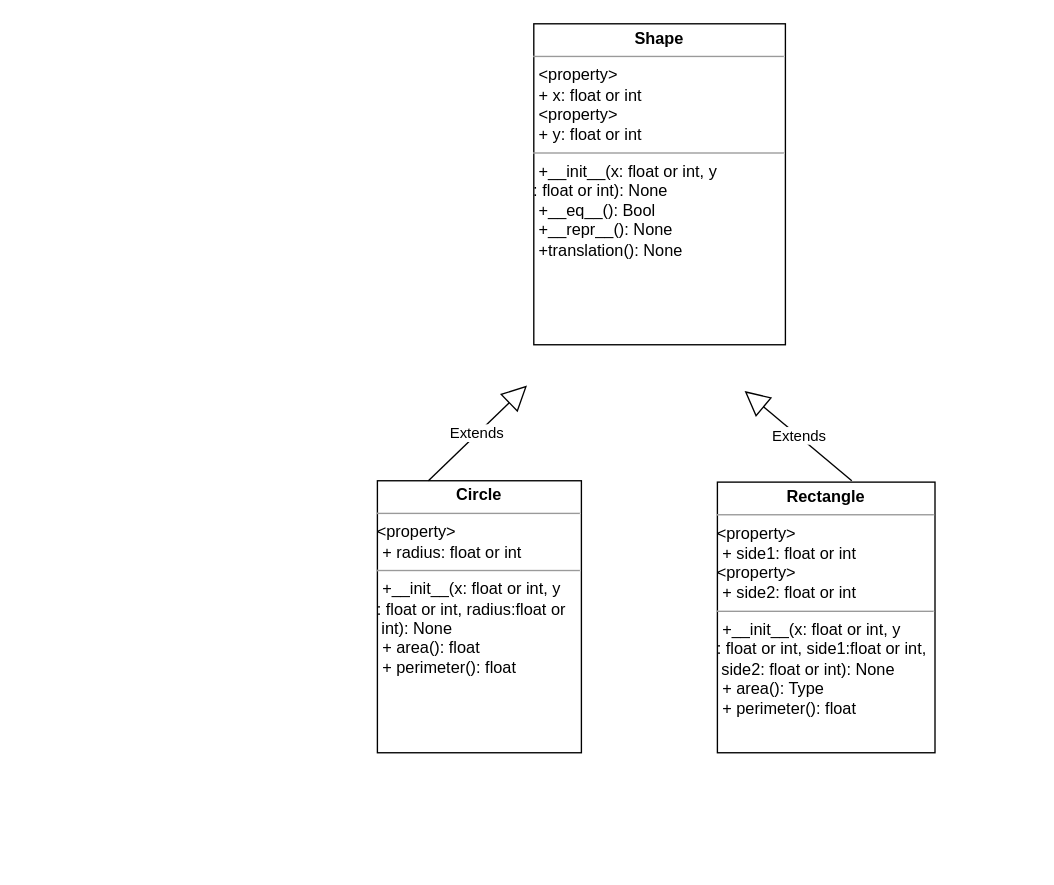
Earlier version of the draw.io diagram Labs/Lab3.geometry-OOP/geometry-OOP-UML.drawio (yuna-liu/python-programming-Yuna-Liu). Source tidied: cells renumbered, new cells numbered last; positions are measured from the earlier drawing's top-left corner, leaving out a move shared by most shapes. Both pictures are drawn from the tidied source at 136%, with x=0, y=0 at pixel (377, 23).
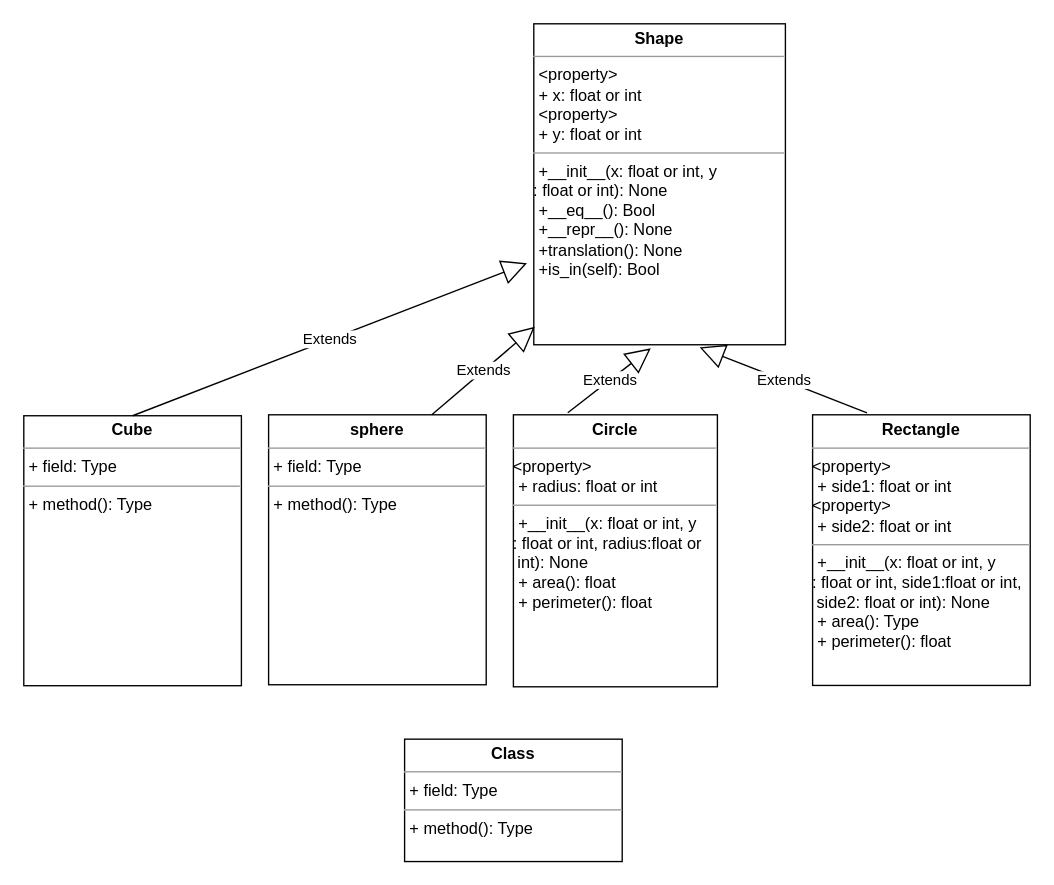
After the change.

Commit message (it also covers changes not shown here):
start create class shape

Change to the diagram source:
```diff
@@
 <mxGraphModel>
   <root>
     <mxCell id="0" />
     <mxCell id="1" parent="0" />
     <mxCell id="2" value="&lt;p style=&quot;margin: 0px ; margin-top: 4px ; text-align: center&quot;&gt;&lt;b&gt;Circle&lt;/b&gt;&lt;/p&gt;&lt;hr size=&quot;1&quot;&gt;&amp;lt;property&amp;gt;&lt;p style=&quot;margin: 0px ; margin-left: 4px&quot;&gt;&lt;span&gt;+ radius: float or int&lt;/span&gt;&lt;br&gt;&lt;/p&gt;&lt;hr size=&quot;1&quot;&gt;&lt;p style=&quot;margin: 0px 0px 0px 4px&quot;&gt;+__init__(x: float or int, y&lt;/p&gt;: float or int, radius:float or&lt;br&gt;&amp;nbsp;int): None&lt;br&gt;&lt;p style=&quot;margin: 0px ; margin-left: 4px&quot;&gt;+ area(): float&lt;/p&gt;&lt;p style=&quot;margin: 0px ; margin-left: 4px&quot;&gt;+ perimeter(): float&lt;/p&gt;" style="verticalAlign=top;align=left;overflow=fill;fontSize=12;fontFamily=Helvetica;html=1;" parent="1" vertex="1">
-      <mxGeometry y="336" width="150" height="200" as="geometry" />
+      <mxGeometry x="100" y="287.5" width="150" height="200" as="geometry" />
     </mxCell>
-    <mxCell id="3" value="&lt;p style=&quot;margin: 0px ; margin-top: 4px ; text-align: center&quot;&gt;&lt;b&gt;Shape&lt;/b&gt;&lt;/p&gt;&lt;hr size=&quot;1&quot;&gt;&lt;p style=&quot;margin: 0px 0px 0px 4px&quot;&gt;&amp;lt;property&amp;gt;&lt;/p&gt;&lt;p style=&quot;margin: 0px 0px 0px 4px&quot;&gt;+ x: float or int&lt;/p&gt;&lt;p style=&quot;margin: 0px 0px 0px 4px&quot;&gt;&amp;lt;property&amp;gt;&lt;br&gt;&lt;/p&gt;&lt;p style=&quot;margin: 0px 0px 0px 4px&quot;&gt;+ y: float or int&lt;/p&gt;&lt;hr size=&quot;1&quot;&gt;&lt;p style=&quot;margin: 0px ; margin-left: 4px&quot;&gt;&lt;span&gt;+__init__(x: float or int, y&lt;/span&gt;&lt;/p&gt;: float or int): None&lt;p style=&quot;margin: 0px ; margin-left: 4px&quot;&gt;&lt;span&gt;+__eq__(): Bool&lt;/span&gt;&lt;br&gt;&lt;/p&gt;&lt;p style=&quot;margin: 0px ; margin-left: 4px&quot;&gt;&lt;span&gt;+__repr__(): None&lt;/span&gt;&lt;/p&gt;&lt;p style=&quot;margin: 0px ; margin-left: 4px&quot;&gt;&lt;span&gt;+translation(): None&lt;/span&gt;&lt;/p&gt;" style="verticalAlign=top;align=left;overflow=fill;fontSize=12;fontFamily=Helvetica;html=1;" parent="1" vertex="1">
+    <mxCell id="3" value="&lt;p style=&quot;margin: 0px ; margin-top: 4px ; text-align: center&quot;&gt;&lt;b&gt;Shape&lt;/b&gt;&lt;/p&gt;&lt;hr size=&quot;1&quot;&gt;&lt;p style=&quot;margin: 0px 0px 0px 4px&quot;&gt;&amp;lt;property&amp;gt;&lt;/p&gt;&lt;p style=&quot;margin: 0px 0px 0px 4px&quot;&gt;+ x: float or int&lt;/p&gt;&lt;p style=&quot;margin: 0px 0px 0px 4px&quot;&gt;&amp;lt;property&amp;gt;&lt;br&gt;&lt;/p&gt;&lt;p style=&quot;margin: 0px 0px 0px 4px&quot;&gt;+ y: float or int&lt;/p&gt;&lt;hr size=&quot;1&quot;&gt;&lt;p style=&quot;margin: 0px ; margin-left: 4px&quot;&gt;&lt;span&gt;+__init__(x: float or int, y&lt;/span&gt;&lt;/p&gt;: float or int): None&lt;p style=&quot;margin: 0px ; margin-left: 4px&quot;&gt;&lt;span&gt;+__eq__(): Bool&lt;/span&gt;&lt;br&gt;&lt;/p&gt;&lt;p style=&quot;margin: 0px ; margin-left: 4px&quot;&gt;&lt;span&gt;+__repr__(): None&lt;/span&gt;&lt;/p&gt;&lt;p style=&quot;margin: 0px ; margin-left: 4px&quot;&gt;&lt;span&gt;+translation(): None&lt;/span&gt;&lt;/p&gt;&lt;p style=&quot;margin: 0px ; margin-left: 4px&quot;&gt;&lt;span&gt;+is_in(self): Bool&lt;/span&gt;&lt;/p&gt;" style="verticalAlign=top;align=left;overflow=fill;fontSize=12;fontFamily=Helvetica;html=1;" parent="1" vertex="1">
       <mxGeometry x="115" width="185" height="236" as="geometry" />
     </mxCell>
     <mxCell id="4" value="&lt;p style=&quot;margin: 0px ; margin-top: 4px ; text-align: center&quot;&gt;&lt;b&gt;Rectangle&lt;/b&gt;&lt;/p&gt;&lt;hr size=&quot;1&quot;&gt;&amp;lt;property&amp;gt;&lt;p style=&quot;margin: 0px ; margin-left: 4px&quot;&gt;&lt;span&gt;+ side1: float or int&lt;/span&gt;&lt;br&gt;&lt;/p&gt;&amp;lt;property&amp;gt;&lt;p style=&quot;margin: 0px ; margin-left: 4px&quot;&gt;+ side2: float or int&lt;span&gt;&lt;br&gt;&lt;/span&gt;&lt;/p&gt;&lt;hr size=&quot;1&quot;&gt;&lt;p style=&quot;margin: 0px 0px 0px 4px&quot;&gt;+__init__(x: float or int, y&lt;/p&gt;: float or int, side1:float or int,&lt;br&gt;&amp;nbsp;side2: float or int): None&lt;br&gt;&lt;p style=&quot;margin: 0px ; margin-left: 4px&quot;&gt;+ area(): Type&lt;/p&gt;&lt;p style=&quot;margin: 0px ; margin-left: 4px&quot;&gt;+ perimeter(): float&lt;br&gt;&lt;/p&gt;" style="verticalAlign=top;align=left;overflow=fill;fontSize=12;fontFamily=Helvetica;html=1;" parent="1" vertex="1">
-      <mxGeometry x="250" y="337" width="160" height="199" as="geometry" />
+      <mxGeometry x="320" y="287.5" width="160" height="199" as="geometry" />
     </mxCell>
-    <mxCell id="5" value="Extends" style="endArrow=block;endSize=16;endFill=0;html=1;exitX=0.25;exitY=0;exitDx=0;exitDy=0;" parent="1" edge="1" source="2">
-      <mxGeometry relative="1" as="geometry">
-        <mxPoint x="110" y="266" as="targetPoint" />
-      </mxGeometry>
-    </mxCell>
-    <mxCell id="6" value="Extends" style="endArrow=block;endSize=16;endFill=0;html=1;entryX=0.25;entryY=1;entryDx=0;entryDy=0;" parent="1" edge="1">
-      <mxGeometry relative="1" as="geometry">
-        <mxPoint x="348.8" y="336" as="sourcePoint" />
-        <mxPoint x="270" y="270" as="targetPoint" />
-      </mxGeometry>
-    </mxCell>
+    <mxCell id="7" value="Extends" style="endArrow=block;endSize=16;endFill=0;html=1;entryX=0.465;entryY=1.011;entryDx=0;entryDy=0;entryPerimeter=0;" parent="1" edge="1" target="3">
+      <mxGeometry relative="1" as="geometry">
+        <mxPoint x="140" y="286" as="sourcePoint" />
+      </mxGeometry>
+    </mxCell>
+    <mxCell id="8" value="Extends" style="endArrow=block;endSize=16;endFill=0;html=1;entryX=0.659;entryY=1.008;entryDx=0;entryDy=0;entryPerimeter=0;" parent="1" edge="1" target="3">
+      <mxGeometry relative="1" as="geometry">
+        <mxPoint x="360" y="286" as="sourcePoint" />
+      </mxGeometry>
+    </mxCell>
+    <mxCell id="9" value="&lt;p style=&quot;margin: 0px ; margin-top: 4px ; text-align: center&quot;&gt;&lt;b&gt;sphere&lt;/b&gt;&lt;br&gt;&lt;/p&gt;&lt;hr size=&quot;1&quot;&gt;&lt;p style=&quot;margin: 0px ; margin-left: 4px&quot;&gt;+ field: Type&lt;/p&gt;&lt;hr size=&quot;1&quot;&gt;&lt;p style=&quot;margin: 0px ; margin-left: 4px&quot;&gt;+ method(): Type&lt;/p&gt;" style="verticalAlign=top;align=left;overflow=fill;fontSize=12;fontFamily=Helvetica;html=1;" parent="1" vertex="1">
+      <mxGeometry x="-80" y="287.5" width="160" height="198.5" as="geometry" />
+    </mxCell>
+    <mxCell id="10" value="&lt;p style=&quot;margin: 0px ; margin-top: 4px ; text-align: center&quot;&gt;&lt;b&gt;Cube&lt;/b&gt;&lt;/p&gt;&lt;hr size=&quot;1&quot;&gt;&lt;p style=&quot;margin: 0px ; margin-left: 4px&quot;&gt;+ field: Type&lt;/p&gt;&lt;hr size=&quot;1&quot;&gt;&lt;p style=&quot;margin: 0px ; margin-left: 4px&quot;&gt;+ method(): Type&lt;/p&gt;" style="verticalAlign=top;align=left;overflow=fill;fontSize=12;fontFamily=Helvetica;html=1;" parent="1" vertex="1">
+      <mxGeometry x="-260" y="288.2" width="160" height="198.5" as="geometry" />
+    </mxCell>
+    <mxCell id="11" value="Extends" style="endArrow=block;endSize=16;endFill=0;html=1;exitX=0.5;exitY=0;exitDx=0;exitDy=0;" parent="1" edge="1" source="10">
+      <mxGeometry relative="1" as="geometry">
+        <mxPoint x="110" y="176" as="targetPoint" />
+      </mxGeometry>
+    </mxCell>
+    <mxCell id="12" value="Extends" style="endArrow=block;endSize=16;endFill=0;html=1;exitX=0.75;exitY=0;exitDx=0;exitDy=0;entryX=0.004;entryY=0.944;entryDx=0;entryDy=0;entryPerimeter=0;" parent="1" edge="1" source="9" target="3">
+      <mxGeometry relative="1" as="geometry" />
+    </mxCell>
+    <mxCell id="13" value="&lt;p style=&quot;margin:0px;margin-top:4px;text-align:center;&quot;&gt;&lt;b&gt;Class&lt;/b&gt;&lt;/p&gt;&lt;hr size=&quot;1&quot;/&gt;&lt;p style=&quot;margin:0px;margin-left:4px;&quot;&gt;+ field: Type&lt;/p&gt;&lt;hr size=&quot;1&quot;/&gt;&lt;p style=&quot;margin:0px;margin-left:4px;&quot;&gt;+ method(): Type&lt;/p&gt;" style="verticalAlign=top;align=left;overflow=fill;fontSize=12;fontFamily=Helvetica;html=1;" parent="1" vertex="1">
+      <mxGeometry x="20" y="526" width="160" height="90" as="geometry" />
+    </mxCell>
   </root>
 </mxGraphModel>
```
